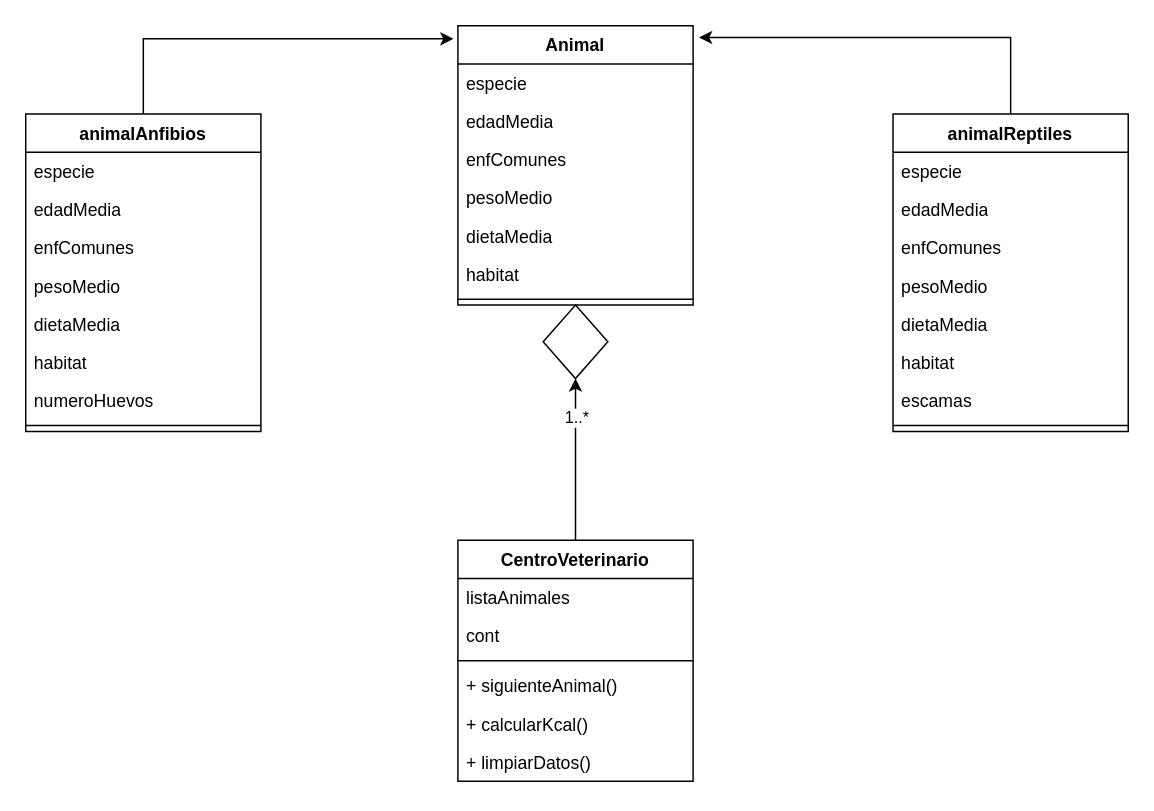
This is page "Diagrama de Flujo" (1 of 2) of CentroVeterinario.drawio from Rodrigo-0407/Centro-veterinario, a draw.io file, before an edit. Source tidied: cells renumbered, new cells numbered last; positions are measured from the earlier drawing's top-left corner, leaving out a move shared by most shapes. Both pictures are drawn from the tidied source at 147%, with x=0, y=0 at pixel (25, 25).
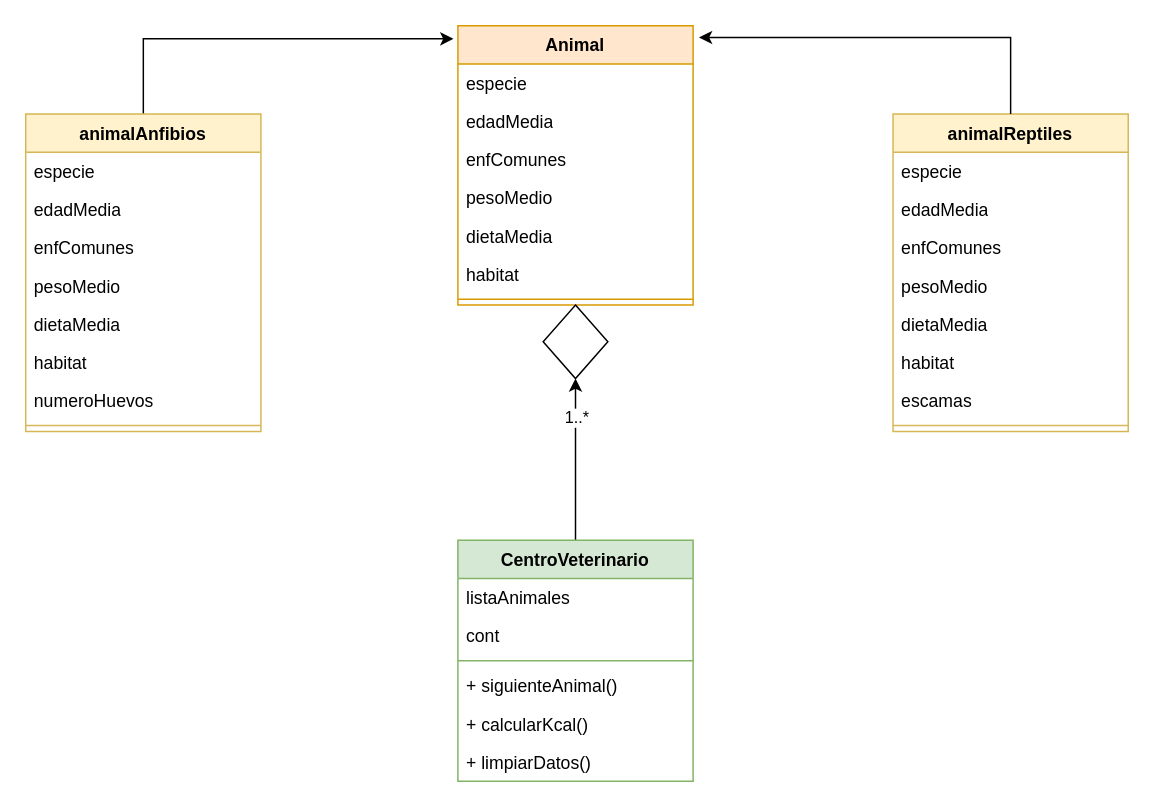
The same diagram, later.

The edit, as a diff of the source:
```diff
@@
-    <mxCell id="2" value="Animal" style="swimlane;fontStyle=1;align=center;verticalAlign=top;horizontal=1;startSize=26;whiteSpace=wrap;html=1;" parent="1" vertex="1">
+    <mxCell id="2" value="Animal" style="swimlane;fontStyle=1;align=center;verticalAlign=top;horizontal=1;startSize=26;whiteSpace=wrap;html=1;fillColor=#ffe6cc;strokeColor=#d79b00;" parent="1" vertex="1">
       <mxGeometry x="294" width="160" height="190" as="geometry" />
     </mxCell>
@@
-    <mxCell id="11" value="animalAnfibios" style="swimlane;fontStyle=1;align=center;verticalAlign=top;horizontal=1;startSize=26;whiteSpace=wrap;html=1;" parent="1" vertex="1">
+    <mxCell id="11" value="animalAnfibios" style="swimlane;fontStyle=1;align=center;verticalAlign=top;horizontal=1;startSize=26;whiteSpace=wrap;html=1;fillColor=#fff2cc;strokeColor=#d6b656;" parent="1" vertex="1">
       <mxGeometry y="60" width="160" height="216" as="geometry" />
     </mxCell>
@@
-    <mxCell id="20" value="animalReptiles" style="swimlane;fontStyle=1;align=center;verticalAlign=top;horizontal=1;startSize=26;whiteSpace=wrap;html=1;" parent="1" vertex="1">
+    <mxCell id="20" value="animalReptiles" style="swimlane;fontStyle=1;align=center;verticalAlign=top;horizontal=1;startSize=26;whiteSpace=wrap;html=1;fillColor=#fff2cc;strokeColor=#d6b656;" parent="1" vertex="1">
       <mxGeometry x="590" y="60" width="160" height="216" as="geometry" />
     </mxCell>
@@
-    <mxCell id="32" value="CentroVeterinario" style="swimlane;fontStyle=1;align=center;verticalAlign=top;horizontal=1;startSize=26;whiteSpace=wrap;html=1;" parent="1" vertex="1">
+    <mxCell id="32" value="CentroVeterinario" style="swimlane;fontStyle=1;align=center;verticalAlign=top;horizontal=1;startSize=26;whiteSpace=wrap;html=1;fillColor=#d5e8d4;strokeColor=#82b366;" parent="1" vertex="1">
       <mxGeometry x="294" y="350" width="160" height="164" as="geometry" />
     </mxCell>
```
